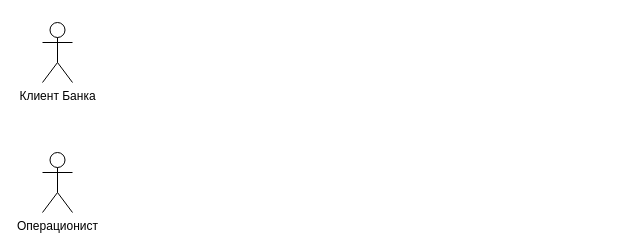
Before: Диаграмма без названия.drawio in Deviky/FOREVASIAOD, a draw.io diagram. Source tidied: cells renumbered, new cells numbered last; positions are measured from the earlier drawing's top-left corner, leaving out a move shared by most shapes. Both pictures are drawn from the tidied source at 100%, with x=0, y=0 at pixel (42, 22).
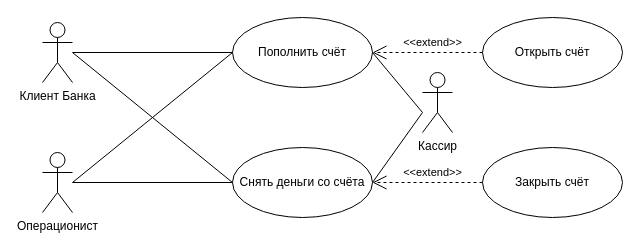
The same page after the edit.

The change refers to these unchanged cells:
```xml
<mxCell id="2" value="Клиент Банка" style="shape=umlActor;verticalLabelPosition=bottom;verticalAlign=top;html=1;" parent="1" vertex="1">
  <mxGeometry width="30" height="60" as="geometry" />
</mxCell>
<mxCell id="3" value="Операционист" style="shape=umlActor;verticalLabelPosition=bottom;verticalAlign=top;html=1;" parent="1" vertex="1">
  <mxGeometry y="130" width="30" height="60" as="geometry" />
</mxCell>
```

The edit, as a diff of the source:
```diff
@@
+    <mxCell id="4" value="Пополнить счёт" style="ellipse;whiteSpace=wrap;html=1;" parent="1" vertex="1">
+      <mxGeometry x="190" y="-5" width="140" height="70" as="geometry" />
+    </mxCell>
+    <mxCell id="5" value="Снять деньги со счёта" style="ellipse;whiteSpace=wrap;html=1;" parent="1" vertex="1">
+      <mxGeometry x="190" y="125" width="140" height="70" as="geometry" />
+    </mxCell>
+    <mxCell id="6" value="Открыть счёт" style="ellipse;whiteSpace=wrap;html=1;" parent="1" vertex="1">
+      <mxGeometry x="440" y="-5" width="140" height="70" as="geometry" />
+    </mxCell>
+    <mxCell id="7" value="Закрыть счёт" style="ellipse;whiteSpace=wrap;html=1;" parent="1" vertex="1">
+      <mxGeometry x="440" y="125" width="140" height="70" as="geometry" />
+    </mxCell>
+    <mxCell id="8" value="Кассир" style="shape=umlActor;verticalLabelPosition=bottom;verticalAlign=top;html=1;" parent="1" vertex="1">
+      <mxGeometry x="380" y="50" width="30" height="60" as="geometry" />
+    </mxCell>
+    <mxCell id="9" value="&amp;lt;&amp;lt;extend&amp;gt;&amp;gt;" style="endArrow=open;endSize=12;dashed=1;html=1;rounded=0;exitX=0;exitY=0.5;exitDx=0;exitDy=0;entryX=1;entryY=0.5;entryDx=0;entryDy=0;" parent="1" edge="1" source="7" target="5">
+      <mxGeometry x="-0.09" y="-10" relative="1" as="geometry" />
+    </mxCell>
+    <mxCell id="10" value="&amp;lt;&amp;lt;extend&amp;gt;&amp;gt;" style="endArrow=open;endSize=12;dashed=1;html=1;rounded=0;exitX=0;exitY=0.5;exitDx=0;exitDy=0;entryX=1;entryY=0.5;entryDx=0;entryDy=0;" parent="1" edge="1" source="6" target="4">
+      <mxGeometry x="-0.09" y="-10" relative="1" as="geometry" />
+    </mxCell>
+    <mxCell id="11" style="endArrow=none;html=1;rounded=0;entryX=0;entryY=0.5;entryDx=0;entryDy=0;" parent="1" edge="1" target="4">
+      <mxGeometry relative="1" as="geometry">
+        <mxPoint x="30" y="160" as="sourcePoint" />
+      </mxGeometry>
+    </mxCell>
+    <mxCell id="12" style="endArrow=none;html=1;rounded=0;" parent="1" edge="1">
+      <mxGeometry relative="1" as="geometry">
+        <mxPoint x="30" y="30" as="sourcePoint" />
+        <mxPoint x="190" y="160" as="targetPoint" />
+      </mxGeometry>
+    </mxCell>
+    <mxCell id="13" style="endArrow=none;html=1;rounded=0;entryX=0;entryY=0.5;entryDx=0;entryDy=0;" parent="1" edge="1" source="3" target="5">
+      <mxGeometry relative="1" as="geometry" />
+    </mxCell>
+    <mxCell id="14" style="endArrow=none;html=1;rounded=0;entryX=0;entryY=0.5;entryDx=0;entryDy=0;" parent="1" edge="1" source="2" target="4">
+      <mxGeometry relative="1" as="geometry" />
+    </mxCell>
+    <mxCell id="15" style="endArrow=none;html=1;rounded=0;exitX=1;exitY=0.5;exitDx=0;exitDy=0;" parent="1" edge="1" source="4">
+      <mxGeometry relative="1" as="geometry">
+        <mxPoint x="380" y="90" as="targetPoint" />
+      </mxGeometry>
+    </mxCell>
+    <mxCell id="16" style="endArrow=none;html=1;rounded=0;" parent="1" edge="1">
+      <mxGeometry relative="1" as="geometry">
+        <mxPoint x="380" y="90" as="sourcePoint" />
+        <mxPoint x="330" y="160" as="targetPoint" />
+      </mxGeometry>
+    </mxCell>
```
